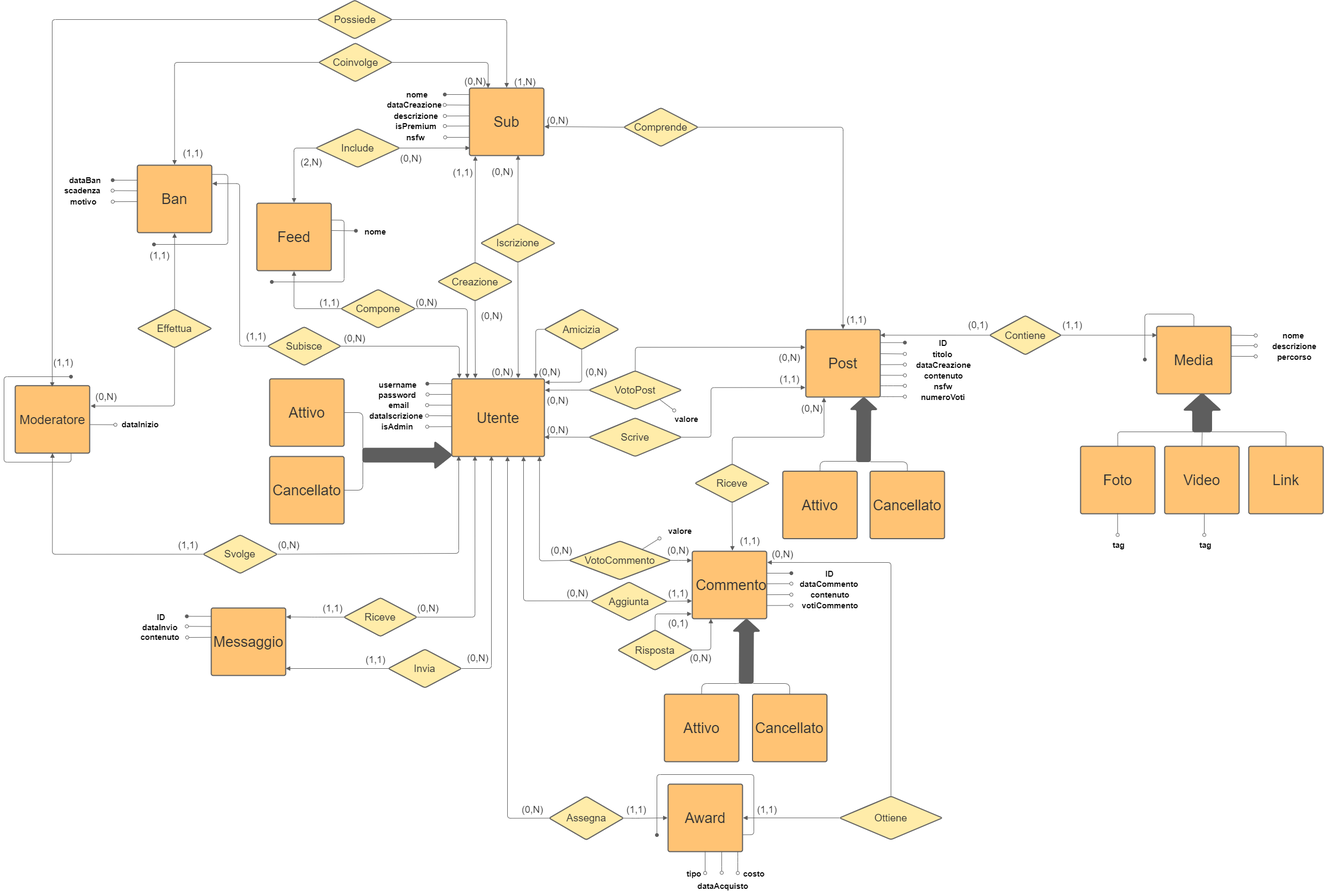
Above: ER_iniziale.png in LucaPolese/Leddit (draw.io), before the change. Source tidied: cells renumbered, new cells last; positions are measured from the earlier drawing's top-left corner, leaving out a move shared by most shapes.
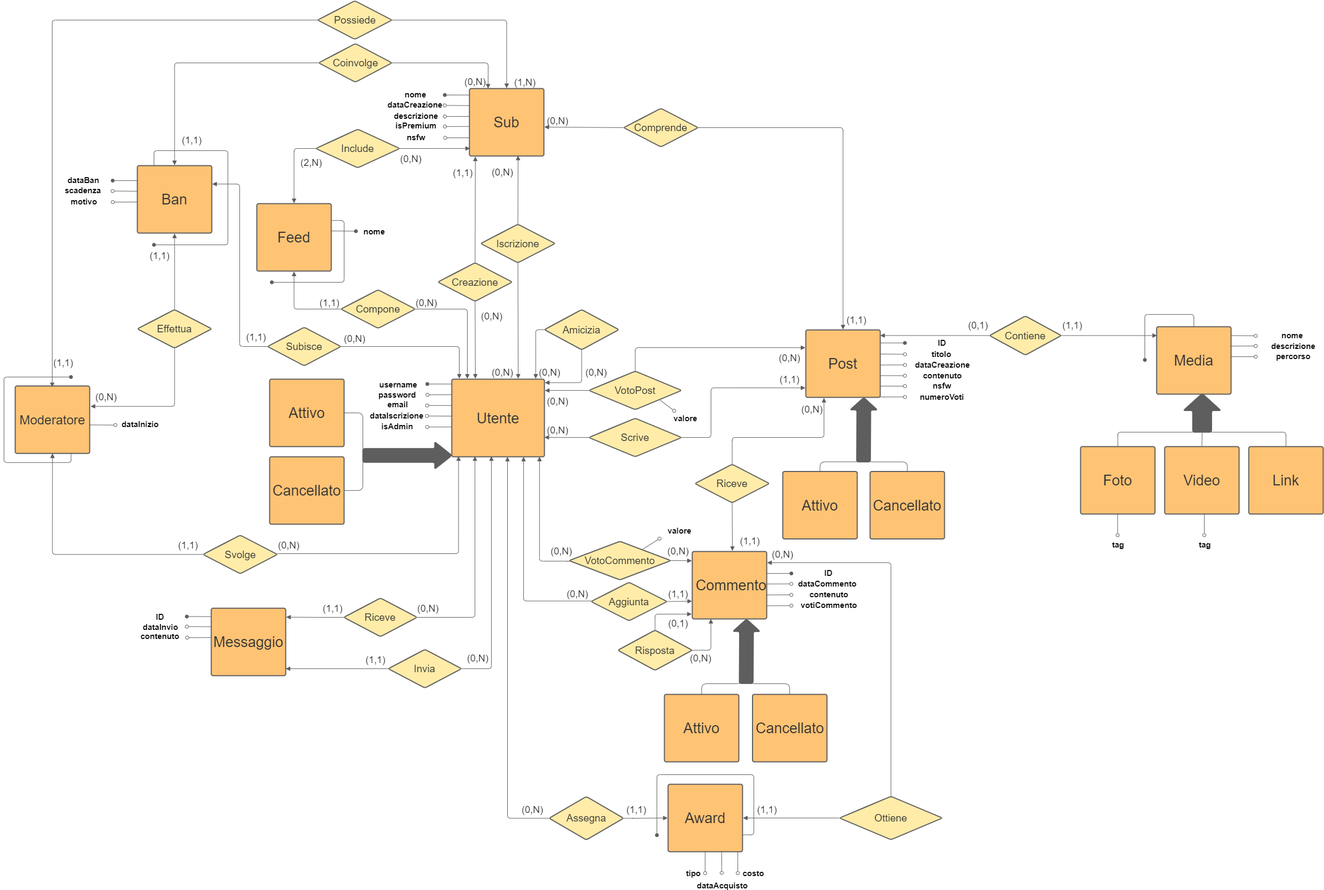
Later version of the same file.

Diff of the diagram source:
```diff
@@ -463,7 +463,7 @@
       <mxGeometry x="858.5" y="139" width="42" height="25" as="geometry" />
     </mxCell>
     <mxCell id="122" value="(1,1)" style="html=1;overflow=block;blockSpacing=1;whiteSpace=wrap;strokeColor=none;fillColor=none;whiteSpace=wrap;fontSize=18;fontColor=#333333;align=center;spacing=0;strokeOpacity=100;fillOpacity=100;rounded=1;absoluteArcSize=1;arcSize=7;strokeWidth=2;" parent="1" vertex="1">
-      <mxGeometry x="331.9" y="273" width="42" height="25" as="geometry" />
+      <mxGeometry x="329.5" y="248" width="42" height="25" as="geometry" />
     </mxCell>
     <mxCell id="123" value="(1,N)" style="html=1;overflow=block;blockSpacing=1;whiteSpace=wrap;strokeColor=none;fillColor=none;whiteSpace=wrap;fontSize=18;fontColor=#333333;align=center;spacing=0;strokeOpacity=100;fillOpacity=100;rounded=1;absoluteArcSize=1;arcSize=7;strokeWidth=2;" parent="1" vertex="1">
       <mxGeometry x="952" y="140" width="42" height="25" as="geometry" />
@@ -898,11 +898,13 @@
         </Array>
       </mxGeometry>
     </mxCell>
-    <mxCell id="206" style="html=1;jettySize=18;whiteSpace=wrap;fontSize=11;strokeColor=#5E5E5E;rounded=1;arcSize=12;edgeStyle=orthogonalEdgeStyle;startArrow=none;endArrow=oval;endFill=1;exitX=1.003;exitY=0.137;exitDx=0;exitDy=0;exitPerimeter=0;" parent="1" edge="1" source="27">
+    <mxCell id="206" style="html=1;jettySize=18;whiteSpace=wrap;fontSize=11;strokeColor=#5E5E5E;rounded=1;arcSize=12;edgeStyle=orthogonalEdgeStyle;startArrow=none;endArrow=oval;endFill=1;" parent="1" edge="1">
       <mxGeometry relative="1" as="geometry">
+        <mxPoint x="280" y="308" as="sourcePoint" />
         <mxPoint x="280" y="456" as="targetPoint" />
         <Array as="points">
-          <mxPoint x="418" y="325" />
+          <mxPoint x="280" y="280" />
+          <mxPoint x="418" y="280" />
           <mxPoint x="418" y="456" />
         </Array>
       </mxGeometry>
```
